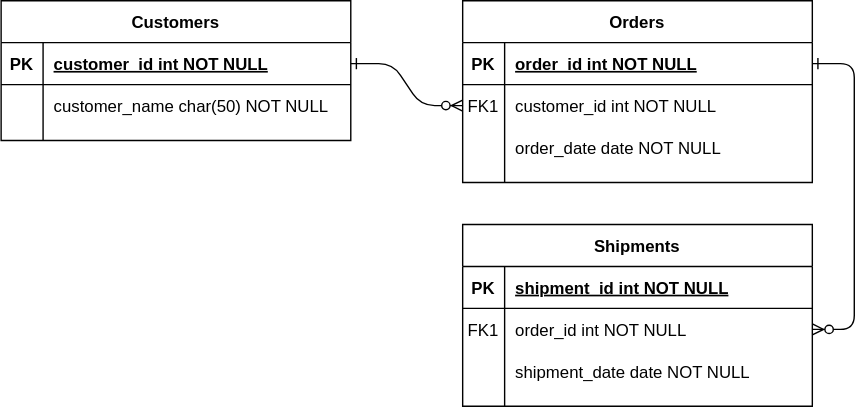
The draw.io diagram PFdiagrams.svg in tanushBee/RLC1, before a commit. Source tidied: cells renumbered, new cells last; positions are measured from the earlier drawing's top-left corner, leaving out a move shared by most shapes.
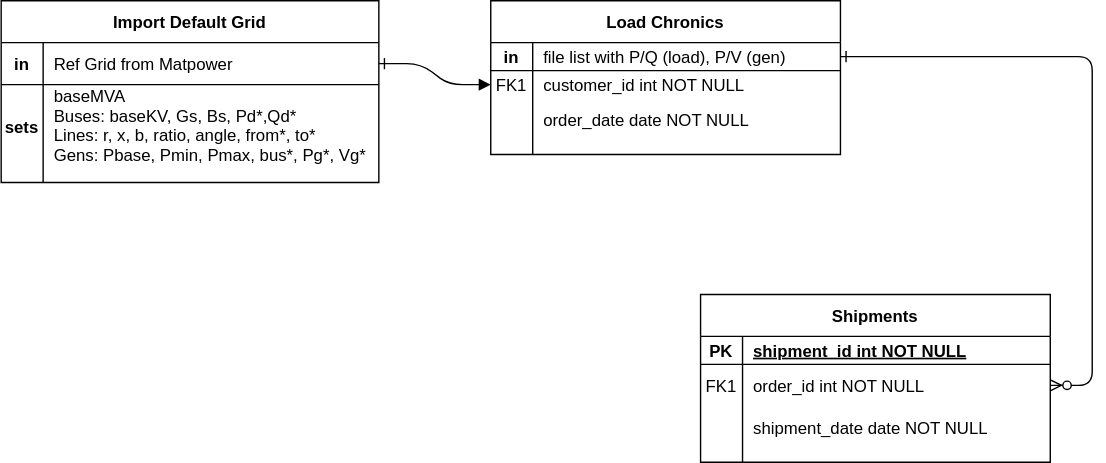
Above is the later version.

Diff of the diagram source:
```diff
@@ -2,35 +2,35 @@
   <root>
     <mxCell id="0" />
     <mxCell id="1" parent="0" />
-    <mxCell id="2" style="edgeStyle=entityRelationEdgeStyle;endArrow=ERzeroToMany;startArrow=ERone;endFill=1;startFill=0;" parent="1" edge="1" source="25" target="8">
+    <mxCell id="2" style="edgeStyle=entityRelationEdgeStyle;endArrow=block;startArrow=ERone;endFill=1;startFill=0;" parent="1" edge="1" source="25" target="8">
       <mxGeometry relative="1" as="geometry" />
     </mxCell>
     <mxCell id="3" style="edgeStyle=entityRelationEdgeStyle;endArrow=ERzeroToMany;startArrow=ERone;endFill=1;startFill=0;" parent="1" edge="1" source="5" target="18">
       <mxGeometry relative="1" as="geometry" />
     </mxCell>
-    <mxCell id="4" value="Orders" style="shape=table;startSize=30;rowLines=0;fontStyle=1;align=center;" parent="1" vertex="1">
-      <mxGeometry x="330" width="250" height="130" as="geometry" />
+    <mxCell id="4" value="Load Chronics" style="shape=table;startSize=30;rowLines=0;fontStyle=1;align=center;" parent="1" vertex="1">
+      <mxGeometry x="280" y="-100" width="250" height="110" as="geometry" />
     </mxCell>
     <mxCell id="5" style="shape=partialRectangle;fillColor=none;points=[[0,0.5],[1,0.5]];portConstraint=eastwest;top=0;left=0;right=0;bottom=1;" parent="4" vertex="1">
-      <mxGeometry y="30" width="250" height="30" as="geometry" />
+      <mxGeometry y="30" width="250" height="20" as="geometry" />
     </mxCell>
-    <mxCell id="6" value="PK" style="shape=partialRectangle;overflow=hidden;fillColor=none;top=0;left=0;bottom=0;right=0;fontStyle=1;" parent="5" vertex="1">
-      <mxGeometry width="30" height="30" as="geometry" />
+    <mxCell id="6" value="in" style="shape=partialRectangle;overflow=hidden;fillColor=none;top=0;left=0;bottom=0;right=0;fontStyle=1;" parent="5" vertex="1">
+      <mxGeometry width="30" height="20" as="geometry" />
     </mxCell>
-    <mxCell id="7" value="order_id int NOT NULL " style="shape=partialRectangle;overflow=hidden;fillColor=none;top=0;left=0;bottom=0;right=0;align=left;spacingLeft=6;fontStyle=5;" parent="5" vertex="1">
-      <mxGeometry x="30" width="220" height="30" as="geometry" />
+    <mxCell id="7" value="file list with P/Q (load), P/V (gen)" style="shape=partialRectangle;overflow=hidden;fillColor=none;top=0;left=0;bottom=0;right=0;align=left;spacingLeft=6;fontStyle=0;" parent="5" vertex="1">
+      <mxGeometry x="30" width="220" height="20" as="geometry" />
     </mxCell>
     <mxCell id="8" style="shape=partialRectangle;fillColor=none;points=[[0,0.5],[1,0.5]];portConstraint=eastwest;top=0;left=0;right=0;bottom=0;" parent="4" vertex="1">
-      <mxGeometry y="60" width="250" height="30" as="geometry" />
+      <mxGeometry y="50" width="250" height="20" as="geometry" />
     </mxCell>
     <mxCell id="9" value="FK1" style="shape=partialRectangle;overflow=hidden;fillColor=none;top=0;left=0;bottom=0;right=0;" parent="8" vertex="1">
-      <mxGeometry width="30" height="30" as="geometry" />
+      <mxGeometry width="30" height="20" as="geometry" />
     </mxCell>
     <mxCell id="10" value="customer_id int NOT NULL" style="shape=partialRectangle;overflow=hidden;fillColor=none;top=0;left=0;bottom=0;right=0;align=left;spacingLeft=6;" parent="8" vertex="1">
-      <mxGeometry x="30" width="220" height="30" as="geometry" />
+      <mxGeometry x="30" width="220" height="20" as="geometry" />
     </mxCell>
     <mxCell id="11" style="shape=partialRectangle;fillColor=none;top=0;left=0;right=0;bottom=0;" parent="4" vertex="1">
-      <mxGeometry y="90" width="250" height="30" as="geometry" />
+      <mxGeometry y="70" width="250" height="30" as="geometry" />
     </mxCell>
     <mxCell id="12" style="shape=partialRectangle;overflow=hidden;fillColor=none;top=0;left=0;bottom=0;right=0;" parent="11" vertex="1">
       <mxGeometry width="30" height="30" as="geometry" />
@@ -38,20 +38,41 @@
     <mxCell id="13" value="order_date date NOT NULL" style="shape=partialRectangle;overflow=hidden;fillColor=none;top=0;left=0;bottom=0;right=0;align=left;spacingLeft=6;" parent="11" vertex="1">
       <mxGeometry x="30" width="220" height="30" as="geometry" />
     </mxCell>
+    <mxCell id="24" value="Import Default Grid" style="shape=table;startSize=30;rowLines=0;fontStyle=1;align=center;" parent="1" vertex="1">
+      <mxGeometry x="-70" y="-100" width="270" height="130" as="geometry" />
+    </mxCell>
+    <mxCell id="25" style="shape=partialRectangle;fillColor=none;points=[[0,0.5],[1,0.5]];portConstraint=eastwest;top=0;left=0;right=0;bottom=1;" parent="24" vertex="1">
+      <mxGeometry y="30" width="270" height="30" as="geometry" />
+    </mxCell>
+    <mxCell id="26" value="in" style="shape=partialRectangle;overflow=hidden;fillColor=none;top=0;left=0;bottom=0;right=0;fontStyle=1;" parent="25" vertex="1">
+      <mxGeometry width="30" height="30" as="geometry" />
+    </mxCell>
+    <mxCell id="27" value="Ref Grid from Matpower" style="shape=partialRectangle;overflow=hidden;fillColor=none;top=0;left=0;bottom=0;right=0;align=left;spacingLeft=6;fontStyle=0;" parent="25" vertex="1">
+      <mxGeometry x="30" width="240" height="30" as="geometry" />
+    </mxCell>
+    <mxCell id="28" style="shape=partialRectangle;fillColor=none;top=0;left=0;right=0;bottom=0;" parent="24" vertex="1">
+      <mxGeometry y="60" width="270" height="60" as="geometry" />
+    </mxCell>
+    <mxCell id="29" value="sets" style="shape=partialRectangle;overflow=hidden;fillColor=none;top=0;left=0;bottom=0;right=0;fontStyle=1;" parent="28" vertex="1">
+      <mxGeometry width="30" height="60" as="geometry" />
+    </mxCell>
+    <mxCell id="30" value="baseMVA&#10;Buses: baseKV, Gs, Bs, Pd*,Qd*&#10;Lines: r, x, b, ratio, angle, from*, to*&#10;Gens: Pbase, Pmin, Pmax, bus*, Pg*, Vg*&#10;&#10;&#10;&#10;" style="shape=partialRectangle;overflow=hidden;fillColor=none;top=0;left=0;bottom=0;right=0;align=left;spacingLeft=6;" parent="28" vertex="1">
+      <mxGeometry x="30" width="240" height="60" as="geometry" />
+    </mxCell>
     <mxCell id="14" value="Shipments" style="shape=table;startSize=30;rowLines=0;fontStyle=1;align=center;" parent="1" vertex="1">
-      <mxGeometry x="330" y="160" width="250" height="130" as="geometry" />
+      <mxGeometry x="430" y="110" width="250" height="120" as="geometry" />
     </mxCell>
     <mxCell id="15" style="shape=partialRectangle;fillColor=none;top=0;left=0;right=0;bottom=1;" parent="14" vertex="1">
-      <mxGeometry y="30" width="250" height="30" as="geometry" />
+      <mxGeometry y="30" width="250" height="20" as="geometry" />
     </mxCell>
     <mxCell id="16" value="PK" style="shape=partialRectangle;overflow=hidden;fillColor=none;top=0;left=0;bottom=0;right=0;fontStyle=1;" parent="15" vertex="1">
-      <mxGeometry width="30" height="30" as="geometry" />
+      <mxGeometry width="30" height="20" as="geometry" />
     </mxCell>
     <mxCell id="17" value="shipment_id int NOT NULL " style="shape=partialRectangle;overflow=hidden;fillColor=none;top=0;left=0;bottom=0;right=0;align=left;spacingLeft=6;fontStyle=5;" parent="15" vertex="1">
-      <mxGeometry x="30" width="220" height="30" as="geometry" />
+      <mxGeometry x="30" width="220" height="20" as="geometry" />
     </mxCell>
     <mxCell id="18" style="shape=partialRectangle;fillColor=none;points=[[0,0.5],[1,0.5]];portConstraint=eastwest;top=0;left=0;right=0;bottom=0;" parent="14" vertex="1">
-      <mxGeometry y="60" width="250" height="30" as="geometry" />
+      <mxGeometry y="50" width="250" height="30" as="geometry" />
     </mxCell>
     <mxCell id="19" value="FK1" style="shape=partialRectangle;overflow=hidden;fillColor=none;top=0;left=0;bottom=0;right=0;" parent="18" vertex="1">
       <mxGeometry width="30" height="30" as="geometry" />
@@ -60,7 +81,7 @@
       <mxGeometry x="30" width="220" height="30" as="geometry" />
     </mxCell>
     <mxCell id="21" style="shape=partialRectangle;fillColor=none;top=0;left=0;right=0;bottom=0;" parent="14" vertex="1">
-      <mxGeometry y="90" width="250" height="30" as="geometry" />
+      <mxGeometry y="80" width="250" height="30" as="geometry" />
     </mxCell>
     <mxCell id="22" style="shape=partialRectangle;overflow=hidden;fillColor=none;top=0;left=0;bottom=0;right=0;" parent="21" vertex="1">
       <mxGeometry width="30" height="30" as="geometry" />
@@ -68,26 +89,5 @@
     <mxCell id="23" value="shipment_date date NOT NULL" style="shape=partialRectangle;overflow=hidden;fillColor=none;top=0;left=0;bottom=0;right=0;align=left;spacingLeft=6;" parent="21" vertex="1">
       <mxGeometry x="30" width="220" height="30" as="geometry" />
     </mxCell>
-    <mxCell id="24" value="Customers" style="shape=table;startSize=30;rowLines=0;fontStyle=1;align=center;" parent="1" vertex="1">
-      <mxGeometry width="250" height="100" as="geometry" />
-    </mxCell>
-    <mxCell id="25" style="shape=partialRectangle;fillColor=none;points=[[0,0.5],[1,0.5]];portConstraint=eastwest;top=0;left=0;right=0;bottom=1;" parent="24" vertex="1">
-      <mxGeometry y="30" width="250" height="30" as="geometry" />
-    </mxCell>
-    <mxCell id="26" value="PK" style="shape=partialRectangle;overflow=hidden;fillColor=none;top=0;left=0;bottom=0;right=0;fontStyle=1;" parent="25" vertex="1">
-      <mxGeometry width="30" height="30" as="geometry" />
-    </mxCell>
-    <mxCell id="27" value="customer_id int NOT NULL " style="shape=partialRectangle;overflow=hidden;fillColor=none;top=0;left=0;bottom=0;right=0;align=left;spacingLeft=6;fontStyle=5;" parent="25" vertex="1">
-      <mxGeometry x="30" width="220" height="30" as="geometry" />
-    </mxCell>
-    <mxCell id="28" style="shape=partialRectangle;fillColor=none;top=0;left=0;right=0;bottom=0;" parent="24" vertex="1">
-      <mxGeometry y="60" width="250" height="30" as="geometry" />
-    </mxCell>
-    <mxCell id="29" style="shape=partialRectangle;overflow=hidden;fillColor=none;top=0;left=0;bottom=0;right=0;" parent="28" vertex="1">
-      <mxGeometry width="30" height="30" as="geometry" />
-    </mxCell>
-    <mxCell id="30" value="customer_name char(50) NOT NULL" style="shape=partialRectangle;overflow=hidden;fillColor=none;top=0;left=0;bottom=0;right=0;align=left;spacingLeft=6;" parent="28" vertex="1">
-      <mxGeometry x="30" width="220" height="30" as="geometry" />
-    </mxCell>
   </root>
 </mxGraphModel>
```
